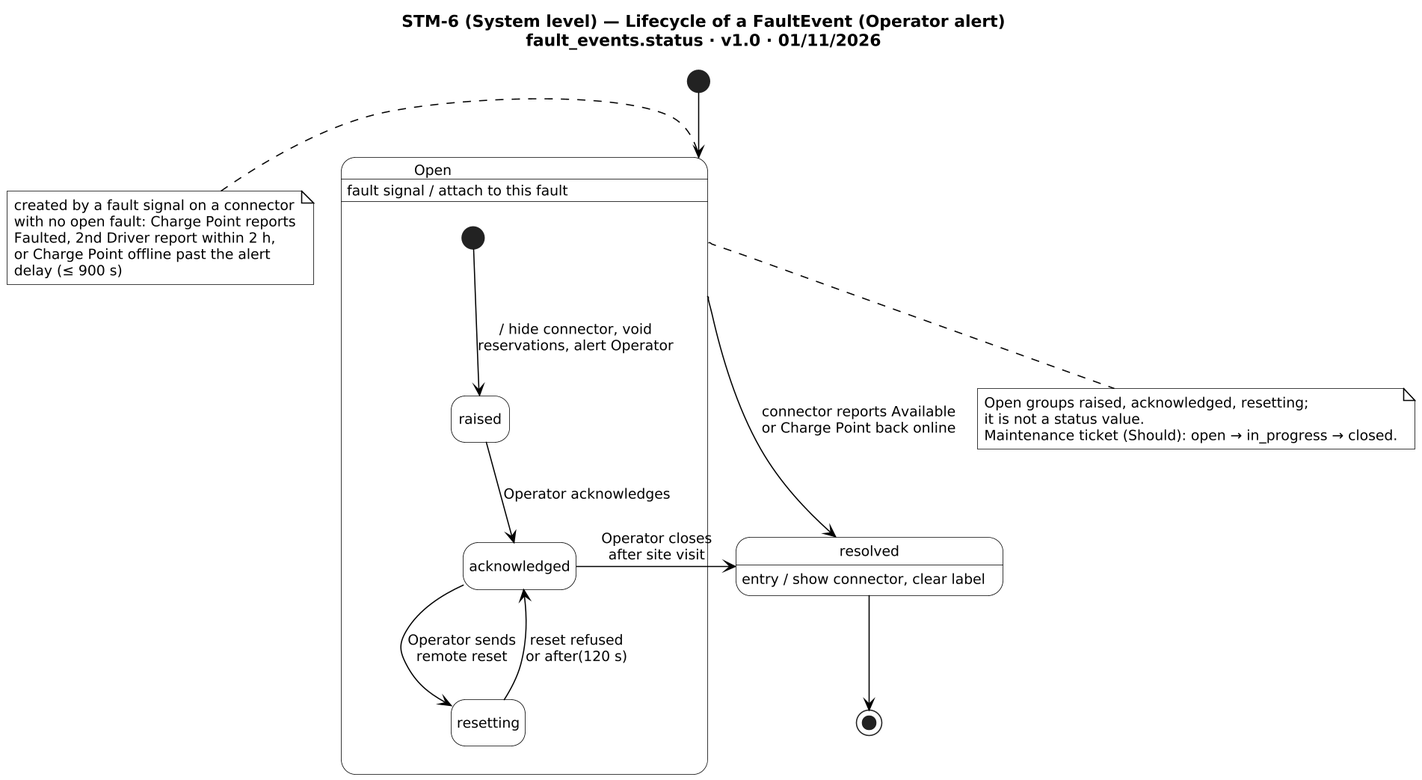
Above: diagrams/report4/state/STM-6/STM-6.png in PowerMeApp/powerme (PlantUML), before the change.
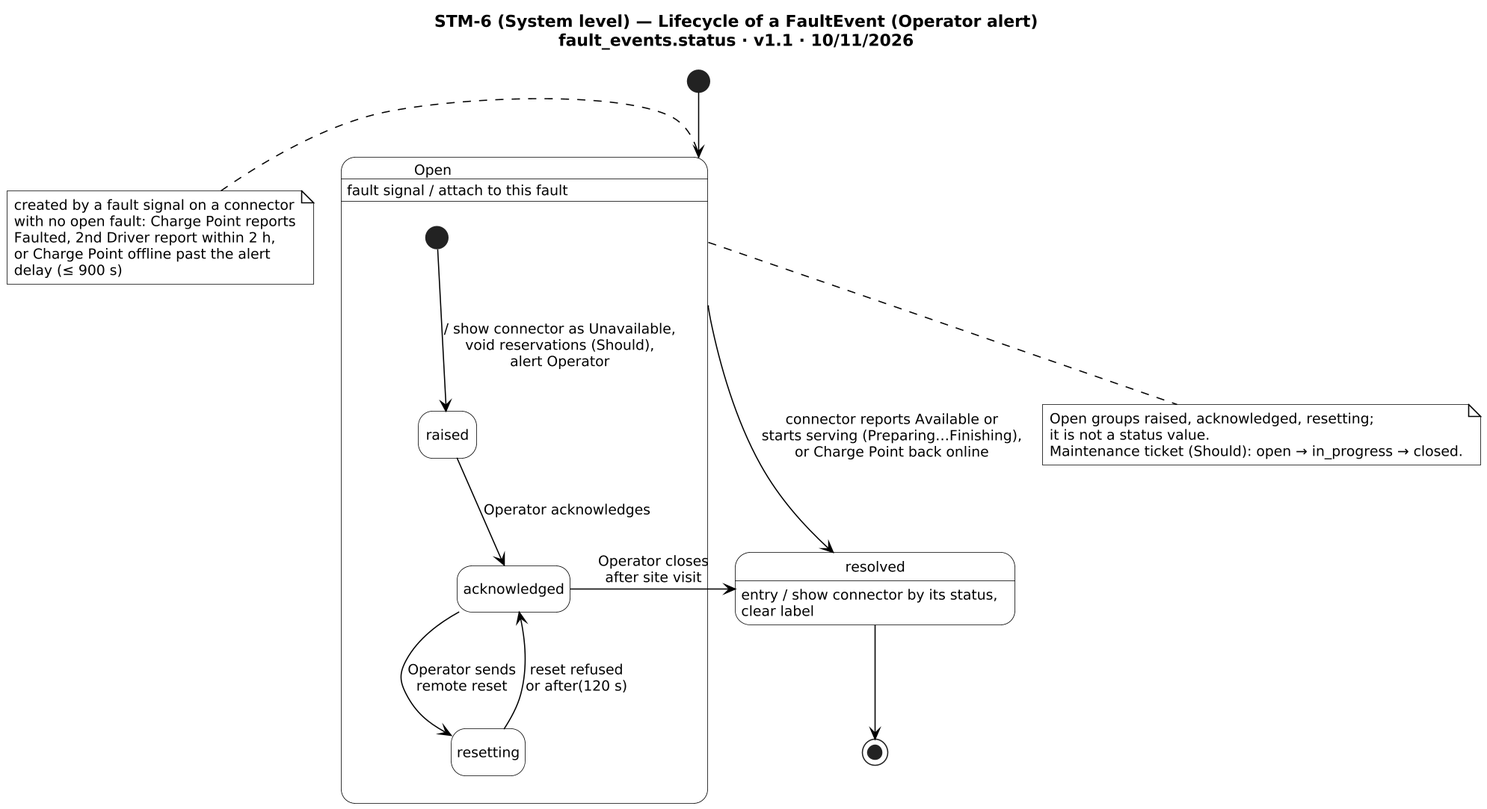
Later version of the same file.

What changed in the source:
```diff
@@ -1,6 +1,6 @@
 @startuml STM-6
 !include _style.iuml
-title STM-6 (System level) — Lifecycle of a FaultEvent (Operator alert)\nfault_events.status · v1.0 · 01/11/2026
+title STM-6 (System level) — Lifecycle of a FaultEvent (Operator alert)\nfault_events.status · v1.1 · 10/11/2026
 
 [*] -down-> Open
 note left of Open
@@ -12,16 +12,16 @@
 end note
 
 state "Open" as Open {
-  [*] -down-> raised : / hide connector, void\nreservations, alert Operator
+  [*] -down-> raised : / show connector as Unavailable,\nvoid reservations (Should),\nalert Operator
   raised -down-> acknowledged : Operator acknowledges
   acknowledged -down-> resetting : Operator sends\nremote reset
   resetting -up-> acknowledged : reset refused\nor after(120 s)
 }
 Open : fault signal / attach to this fault
 
-Open -right-> resolved : connector reports Available\nor Charge Point back online
+Open -right-> resolved : connector reports Available or\nstarts serving (Preparing…Finishing),\nor Charge Point back online
 acknowledged -right-> resolved : Operator closes\nafter site visit
-resolved : entry / show connector, clear label
+resolved : entry / show connector by its status,\nclear label
 resolved -down-> [*]
 note bottom of Open
   Open groups raised, acknowledged, resetting;
```
